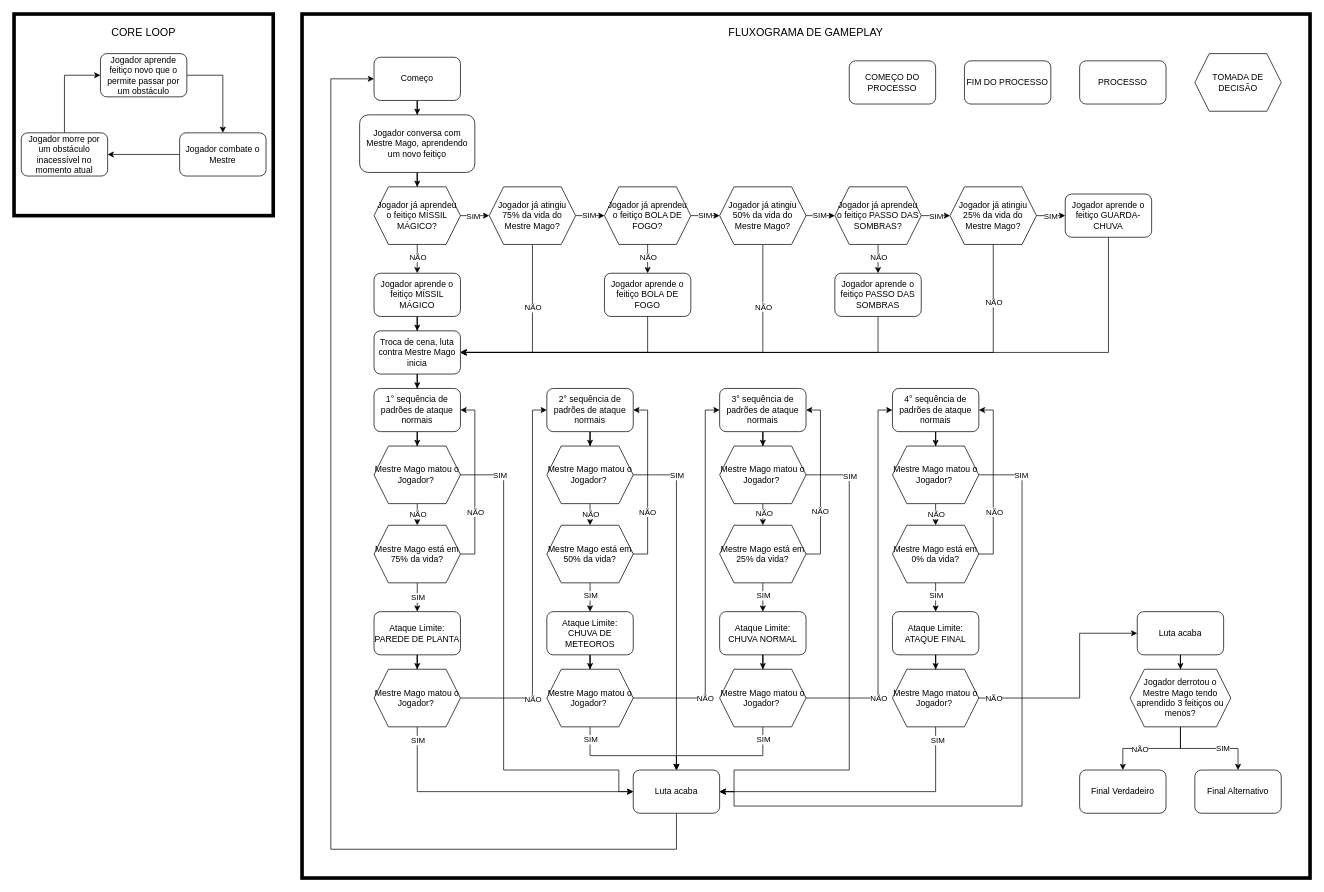
Before: GMTKJam2025.drawio in Reimyel/Diagramas, a draw.io diagram. Source tidied: cells renumbered, new cells numbered last; positions are measured from the earlier drawing's top-left corner, leaving out a move shared by most shapes. Both pictures are drawn from the tidied source at 72%, with x=0, y=0 at pixel (14, 14).
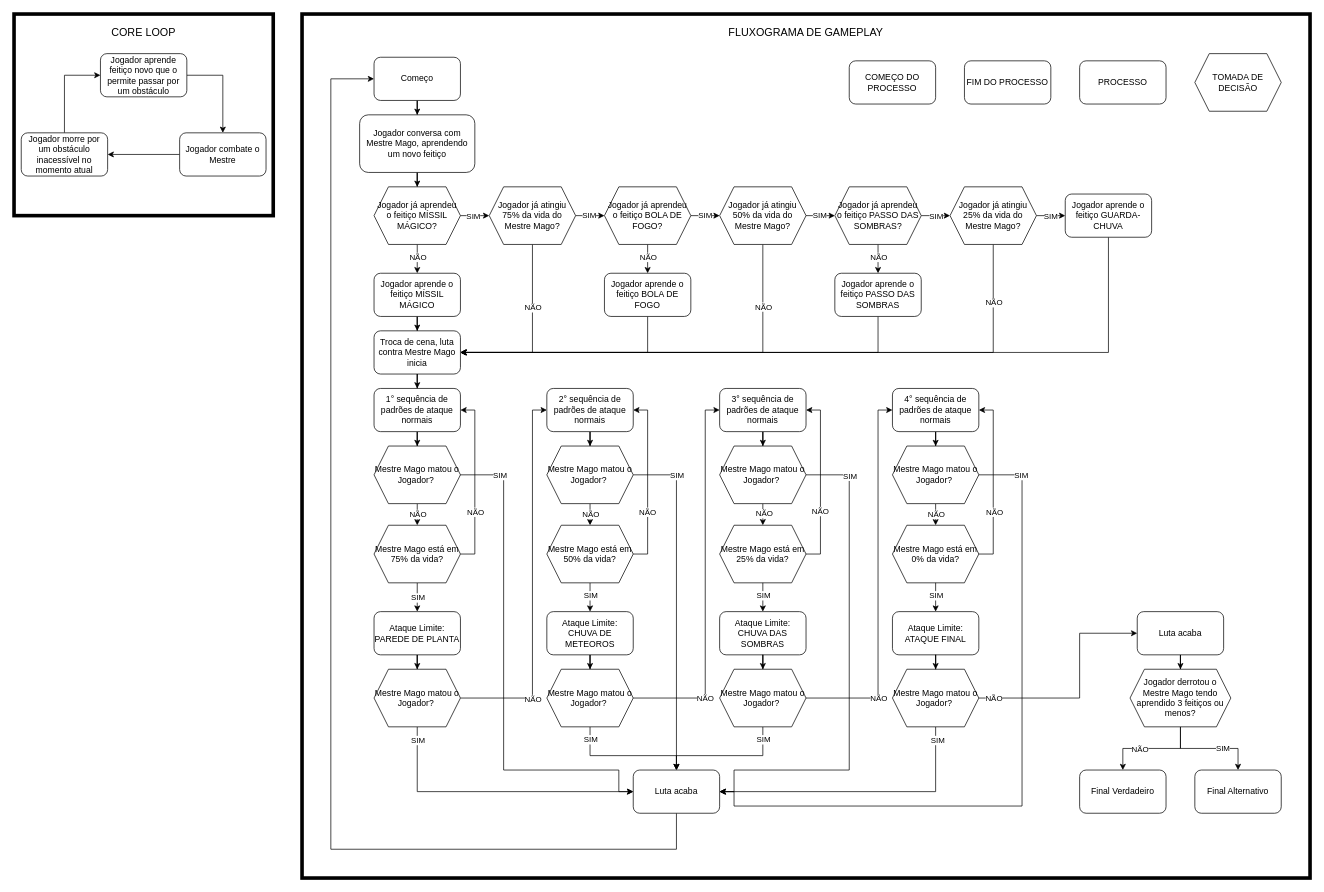
The same page after the edit.

Change to the diagram source:
```diff
@@
-    <mxCell id="76" value="Ataque Limite: CHUVA NORMAL" style="rounded=1;whiteSpace=wrap;html=1;fillColor=light-dark(#FFFFFF,#0E1149);" parent="1" vertex="1">
+    <mxCell id="76" value="Ataque Limite: CHUVA DAS SOMBRAS" style="rounded=1;whiteSpace=wrap;html=1;fillColor=light-dark(#FFFFFF,#0E1149);" parent="1" vertex="1">
       <mxGeometry x="980" y="830" width="120" height="60" as="geometry" />
     </mxCell>
```
